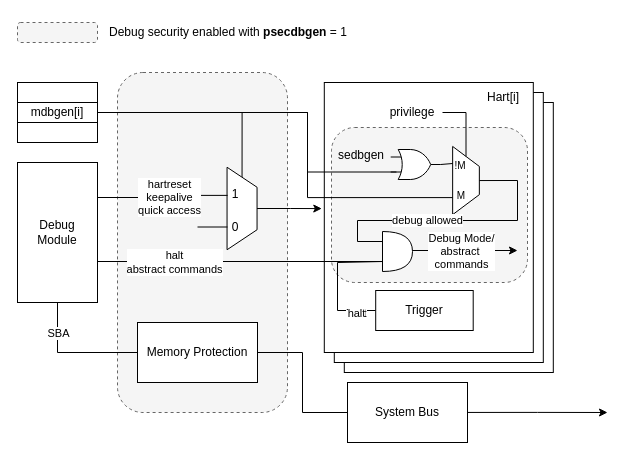
Above: page "debug" (1 of 3) of images/external_debug_protection.drawio in riscv-non-isa/riscv-external-debug-security (draw.io), before the change. Source tidied: cells renumbered, new cells numbered last; positions are measured from the earlier drawing's top-left corner, leaving out a move shared by most shapes. Both pictures are drawn from the tidied source at 100%, with x=0, y=0 at pixel (17, 17).
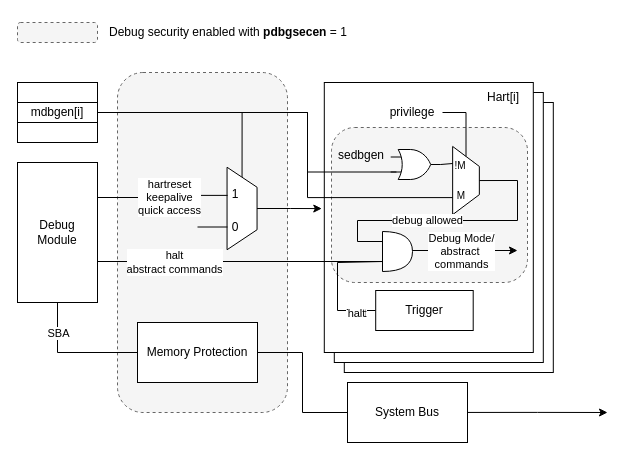
The same page after the edit.

What changed in the source:
```diff
@@
-    <mxCell id="51" value="Debug security enabled with &lt;b&gt;psecdbgen&lt;/b&gt; = 1&amp;nbsp;" style="text;html=1;align=left;verticalAlign=middle;whiteSpace=wrap;rounded=0;" parent="1" vertex="1">
+    <mxCell id="51" value="Debug security enabled with &lt;b&gt;pdbgsecen&lt;/b&gt; = 1&amp;nbsp;" style="text;html=1;align=left;verticalAlign=middle;whiteSpace=wrap;rounded=0;" parent="1" vertex="1">
       <mxGeometry x="90" width="280" height="30" as="geometry" />
     </mxCell>
```
